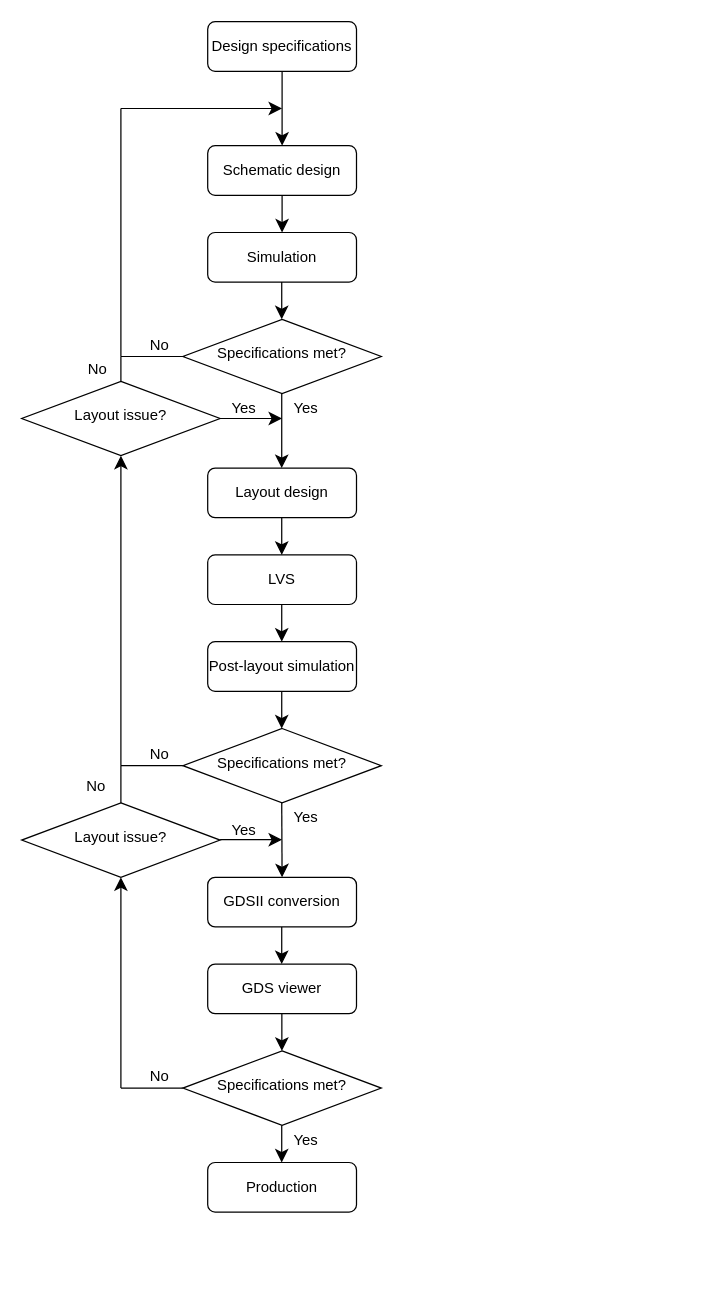
Above: Report/Figures/Diagramme sans nom.drawio in miguelcorrea0107/MA2_project (draw.io), before the change. Source tidied: cells renumbered, new cells numbered last; positions are measured from the earlier drawing's top-left corner, leaving out a move shared by most shapes. Both pictures are drawn from the tidied source at 124%, with x=0, y=0 at pixel (21, 21).
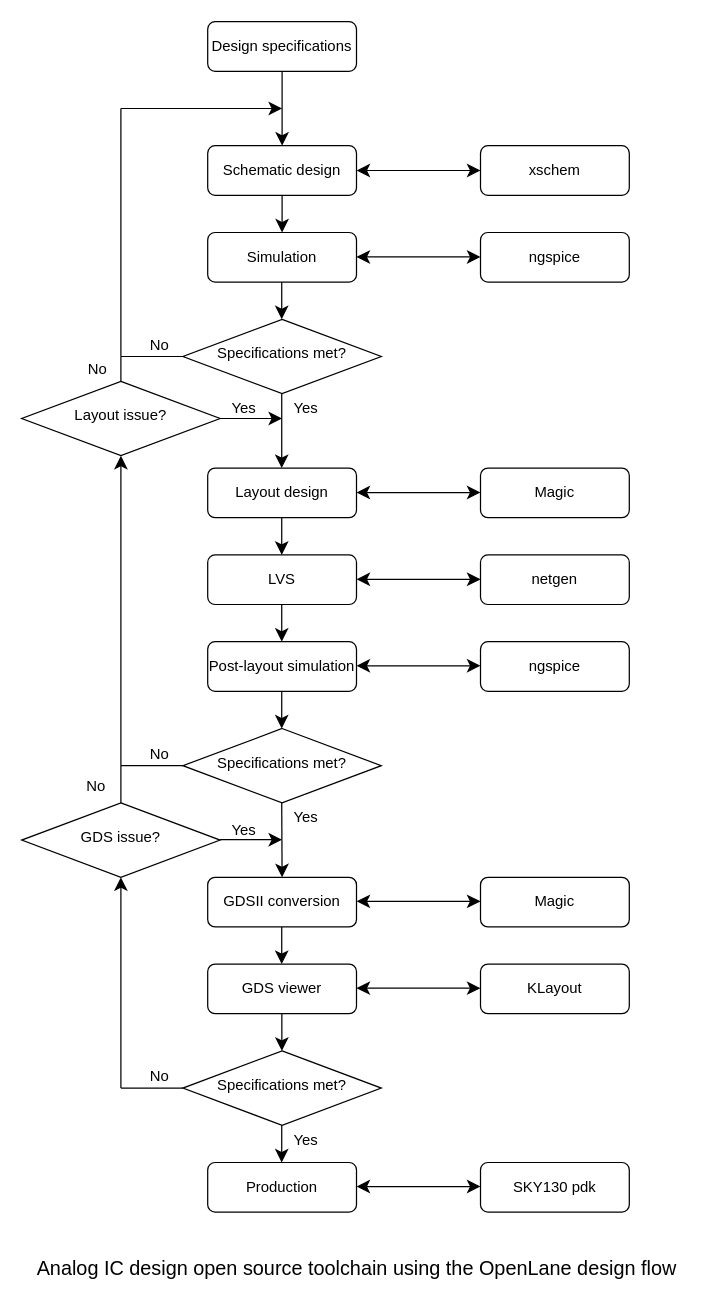
Above is the later version.

The edit, as a diff of the source:
```diff
@@
-    <mxCell id="40" value="Layout issue?" style="rhombus;whiteSpace=wrap;html=1;shadow=0;fontFamily=Helvetica;fontSize=12;align=center;strokeWidth=1;spacing=6;spacingTop=-4;labelBackgroundColor=none;" parent="1" vertex="1">
+    <mxCell id="40" value="GDS issue?" style="rhombus;whiteSpace=wrap;html=1;shadow=0;fontFamily=Helvetica;fontSize=12;align=center;strokeWidth=1;spacing=6;spacingTop=-4;labelBackgroundColor=none;" parent="1" vertex="1">
       <mxGeometry y="630" width="160" height="60" as="geometry" />
     </mxCell>
@@
+    <mxCell id="48" value="xschem" style="rounded=1;whiteSpace=wrap;html=1;fontSize=12;glass=0;strokeWidth=1;shadow=0;labelBackgroundColor=none;" parent="1" vertex="1">
+      <mxGeometry x="370" y="100" width="120" height="40" as="geometry" />
+    </mxCell>
+    <mxCell id="49" value="ngspice" style="rounded=1;whiteSpace=wrap;html=1;fontSize=12;glass=0;strokeWidth=1;shadow=0;labelBackgroundColor=none;" parent="1" vertex="1">
+      <mxGeometry x="370" y="170" width="120" height="40" as="geometry" />
+    </mxCell>
+    <mxCell id="50" value="Magic" style="rounded=1;whiteSpace=wrap;html=1;fontSize=12;glass=0;strokeWidth=1;shadow=0;labelBackgroundColor=none;" parent="1" vertex="1">
+      <mxGeometry x="370" y="360" width="120" height="40" as="geometry" />
+    </mxCell>
+    <mxCell id="51" value="netgen" style="rounded=1;whiteSpace=wrap;html=1;fontSize=12;glass=0;strokeWidth=1;shadow=0;labelBackgroundColor=none;" parent="1" vertex="1">
+      <mxGeometry x="370" y="430" width="120" height="40" as="geometry" />
+    </mxCell>
+    <mxCell id="52" value="ngspice" style="rounded=1;whiteSpace=wrap;html=1;fontSize=12;glass=0;strokeWidth=1;shadow=0;labelBackgroundColor=none;" parent="1" vertex="1">
+      <mxGeometry x="370" y="500" width="120" height="40" as="geometry" />
+    </mxCell>
+    <mxCell id="53" value="Magic" style="rounded=1;whiteSpace=wrap;html=1;fontSize=12;glass=0;strokeWidth=1;shadow=0;labelBackgroundColor=none;" parent="1" vertex="1">
+      <mxGeometry x="370" y="690" width="120" height="40" as="geometry" />
+    </mxCell>
+    <mxCell id="54" value="KLayout" style="rounded=1;whiteSpace=wrap;html=1;fontSize=12;glass=0;strokeWidth=1;shadow=0;labelBackgroundColor=none;" parent="1" vertex="1">
+      <mxGeometry x="370" y="760" width="120" height="40" as="geometry" />
+    </mxCell>
+    <mxCell id="55" value="SKY130 pdk" style="rounded=1;whiteSpace=wrap;html=1;fontSize=12;glass=0;strokeWidth=1;shadow=0;labelBackgroundColor=none;" parent="1" vertex="1">
+      <mxGeometry x="370" y="920" width="120" height="40" as="geometry" />
+    </mxCell>
+    <mxCell id="56" style="endArrow=classic;startArrow=classic;html=1;rounded=0;fontSize=12;startSize=8;endSize=8;curved=1;entryX=0;entryY=0.5;entryDx=0;entryDy=0;" parent="1" edge="1" target="48">
+      <mxGeometry relative="1" as="geometry">
+        <mxPoint x="270" y="120" as="sourcePoint" />
+      </mxGeometry>
+    </mxCell>
+    <mxCell id="57" style="endArrow=classic;startArrow=classic;html=1;rounded=0;fontSize=12;startSize=8;endSize=8;curved=1;entryX=0;entryY=0.5;entryDx=0;entryDy=0;" parent="1" edge="1">
+      <mxGeometry relative="1" as="geometry">
+        <mxPoint x="270" y="189.7" as="sourcePoint" />
+        <mxPoint x="370" y="189.7" as="targetPoint" />
+      </mxGeometry>
+    </mxCell>
+    <mxCell id="58" style="endArrow=classic;startArrow=classic;html=1;rounded=0;fontSize=12;startSize=8;endSize=8;curved=1;entryX=0;entryY=0.5;entryDx=0;entryDy=0;" parent="1" edge="1">
+      <mxGeometry relative="1" as="geometry">
+        <mxPoint x="270" y="379.7" as="sourcePoint" />
+        <mxPoint x="370" y="379.7" as="targetPoint" />
+      </mxGeometry>
+    </mxCell>
+    <mxCell id="59" style="endArrow=classic;startArrow=classic;html=1;rounded=0;fontSize=12;startSize=8;endSize=8;curved=1;entryX=0;entryY=0.5;entryDx=0;entryDy=0;" parent="1" edge="1">
+      <mxGeometry relative="1" as="geometry">
+        <mxPoint x="270" y="449.7" as="sourcePoint" />
+        <mxPoint x="370" y="449.7" as="targetPoint" />
+      </mxGeometry>
+    </mxCell>
+    <mxCell id="60" style="endArrow=classic;startArrow=classic;html=1;rounded=0;fontSize=12;startSize=8;endSize=8;curved=1;entryX=0;entryY=0.5;entryDx=0;entryDy=0;" parent="1" edge="1">
+      <mxGeometry relative="1" as="geometry">
+        <mxPoint x="270" y="519.4" as="sourcePoint" />
+        <mxPoint x="370" y="519.4" as="targetPoint" />
+      </mxGeometry>
+    </mxCell>
+    <mxCell id="61" style="endArrow=classic;startArrow=classic;html=1;rounded=0;fontSize=12;startSize=8;endSize=8;curved=1;entryX=0;entryY=0.5;entryDx=0;entryDy=0;" parent="1" edge="1">
+      <mxGeometry relative="1" as="geometry">
+        <mxPoint x="270" y="709.4" as="sourcePoint" />
+        <mxPoint x="370" y="709.4" as="targetPoint" />
+      </mxGeometry>
+    </mxCell>
+    <mxCell id="62" style="endArrow=classic;startArrow=classic;html=1;rounded=0;fontSize=12;startSize=8;endSize=8;curved=1;entryX=0;entryY=0.5;entryDx=0;entryDy=0;" parent="1" edge="1">
+      <mxGeometry relative="1" as="geometry">
+        <mxPoint x="270" y="779.4" as="sourcePoint" />
+        <mxPoint x="370" y="779.4" as="targetPoint" />
+      </mxGeometry>
+    </mxCell>
+    <mxCell id="63" style="endArrow=classic;startArrow=classic;html=1;rounded=0;fontSize=12;startSize=8;endSize=8;curved=1;entryX=0;entryY=0.5;entryDx=0;entryDy=0;" parent="1" edge="1">
+      <mxGeometry relative="1" as="geometry">
+        <mxPoint x="270" y="939.4" as="sourcePoint" />
+        <mxPoint x="370" y="939.4" as="targetPoint" />
+      </mxGeometry>
+    </mxCell>
+    <mxCell id="64" value="Analog IC design open source toolchain using the OpenLane design flow" style="text;html=1;align=center;verticalAlign=middle;strokeColor=none;fillColor=none;fontSize=16;" parent="1" vertex="1">
+      <mxGeometry y="990" width="540" height="30" as="geometry" />
+    </mxCell>
```
